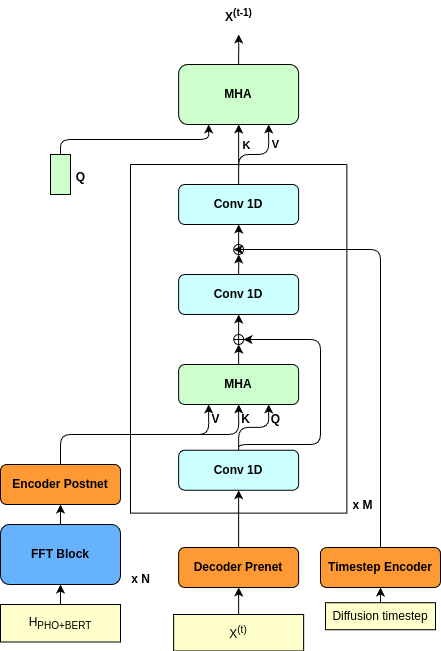
This is docs/doc/diagrams/nondeterministic.drawio.png from WiktorProsowicz/ddpm-gst-speech-synthesis, a draw.io export, as it was before one commit. Source tidied: cells renumbered, new cells last; positions are measured from the earlier drawing's top-left corner, leaving out a move shared by most shapes.
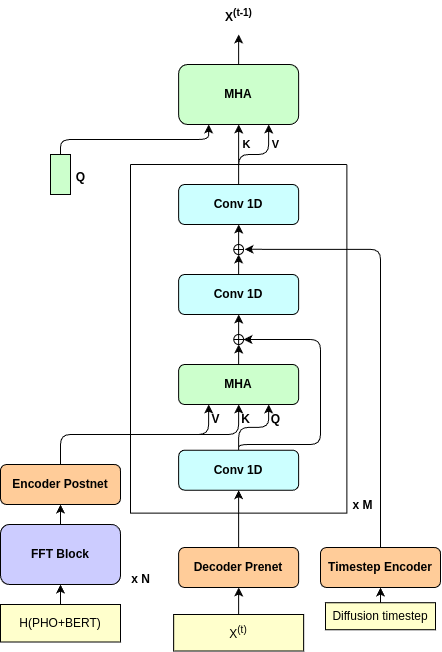
The same file after the commit.

The edit, as a diff of the source:
```diff
@@ -5,7 +5,7 @@
     <mxCell id="2" style="edgeStyle=none;html=1;exitX=0.5;exitY=0;exitDx=0;exitDy=0;entryX=0.5;entryY=1;entryDx=0;entryDy=0;" parent="1" edge="1" source="3" target="8">
       <mxGeometry relative="1" as="geometry" />
     </mxCell>
-    <mxCell id="3" value="&lt;span style=&quot;color: rgb(0, 0, 0);&quot;&gt;H&lt;/span&gt;&lt;sub&gt;PHO+BERT&lt;/sub&gt;" style="rounded=0;whiteSpace=wrap;html=1;fillColor=#FFFFCC;" parent="1" vertex="1">
+    <mxCell id="3" value="&lt;span style=&quot;color: rgb(0, 0, 0);&quot;&gt;H(PHO+BERT)&lt;/span&gt;" style="rounded=0;whiteSpace=wrap;html=1;fillColor=#FFFFCC;" parent="1" vertex="1">
       <mxGeometry y="604" width="120" height="37.5" as="geometry" />
     </mxCell>
     <mxCell id="4" style="edgeStyle=orthogonalEdgeStyle;html=1;exitX=0.5;exitY=0;exitDx=0;exitDy=0;entryX=0.5;entryY=1;entryDx=0;entryDy=0;" parent="1" edge="1" source="6" target="23">
@@ -14,13 +14,13 @@
     <mxCell id="5" style="edgeStyle=orthogonalEdgeStyle;html=1;exitX=0.5;exitY=0;exitDx=0;exitDy=0;entryX=0.25;entryY=1;entryDx=0;entryDy=0;" parent="1" edge="1" source="6" target="23">
       <mxGeometry relative="1" as="geometry" />
     </mxCell>
-    <mxCell id="6" value="&lt;b&gt;Encoder Postnet&lt;/b&gt;" style="rounded=1;whiteSpace=wrap;html=1;fillColor=#FF9933;" parent="1" vertex="1">
+    <mxCell id="6" value="&lt;b&gt;Encoder Postnet&lt;/b&gt;" style="rounded=1;whiteSpace=wrap;html=1;fillColor=#FFCC99;" parent="1" vertex="1">
       <mxGeometry y="464" width="120" height="40" as="geometry" />
     </mxCell>
     <mxCell id="7" style="group;" parent="1" vertex="1">
       <mxGeometry y="524" width="160" height="70" as="geometry" />
     </mxCell>
-    <mxCell id="8" value="&lt;b&gt;FFT Block&lt;/b&gt;" style="rounded=1;whiteSpace=wrap;html=1;fillColor=#66B2FF;" parent="7" vertex="1">
+    <mxCell id="8" value="&lt;b&gt;FFT Block&lt;/b&gt;" style="rounded=1;whiteSpace=wrap;html=1;fillColor=#CCCCFF;" parent="7" vertex="1">
       <mxGeometry width="120" height="60" as="geometry" />
     </mxCell>
     <mxCell id="9" value="&lt;b&gt;x N&lt;/b&gt;" style="text;html=1;align=center;verticalAlign=middle;strokeColor=none;fillColor=none;" parent="7" vertex="1">
@@ -41,13 +41,13 @@
     <mxCell id="14" value="X&lt;sup&gt;(t)&lt;/sup&gt;" style="rounded=0;whiteSpace=wrap;html=1;fillColor=#FFFFCC;" parent="1" vertex="1">
       <mxGeometry x="173.2" y="614" width="130" height="36.5" as="geometry" />
     </mxCell>
-    <mxCell id="15" value="&lt;b&gt;Timestep Encoder&lt;/b&gt;" style="rounded=1;whiteSpace=wrap;html=1;fillColor=#FF9933;" parent="1" vertex="1">
+    <mxCell id="15" value="&lt;b&gt;Timestep Encoder&lt;/b&gt;" style="rounded=1;whiteSpace=wrap;html=1;fillColor=#FFCC99;" parent="1" vertex="1">
       <mxGeometry x="320" y="547" width="120" height="40" as="geometry" />
     </mxCell>
     <mxCell id="16" style="edgeStyle=orthogonalEdgeStyle;html=1;exitX=0.5;exitY=0;exitDx=0;exitDy=0;entryX=0.5;entryY=1;entryDx=0;entryDy=0;" parent="1" edge="1" source="17" target="22">
       <mxGeometry relative="1" as="geometry" />
     </mxCell>
-    <mxCell id="17" value="&lt;b&gt;Decoder Prenet&lt;/b&gt;" style="rounded=1;whiteSpace=wrap;html=1;fillColor=#FF9933;" parent="1" vertex="1">
+    <mxCell id="17" value="&lt;b&gt;Decoder Prenet&lt;/b&gt;" style="rounded=1;whiteSpace=wrap;html=1;fillColor=#FFCC99;" parent="1" vertex="1">
       <mxGeometry x="178.2" y="547" width="120" height="40" as="geometry" />
     </mxCell>
     <mxCell id="18" style="group;" parent="1" vertex="1">
@@ -110,7 +110,7 @@
     <mxCell id="35" value="&lt;b&gt;x M&lt;/b&gt;" style="text;html=1;align=center;verticalAlign=middle;strokeColor=none;fillColor=none;" parent="18" vertex="1">
       <mxGeometry x="211.7" y="205.7" width="40" height="30" as="geometry" />
     </mxCell>
-    <mxCell id="36" style="edgeStyle=orthogonalEdgeStyle;html=1;exitX=0.5;exitY=0;exitDx=0;exitDy=0;entryX=0;entryY=0.5;entryDx=0;entryDy=0;entryPerimeter=0;" parent="1" edge="1" source="15" target="33">
+    <mxCell id="36" style="edgeStyle=orthogonalEdgeStyle;html=1;exitX=0.5;exitY=0;exitDx=0;exitDy=0;entryX=1.11;entryY=0.481;entryDx=0;entryDy=0;entryPerimeter=0;" parent="1" edge="1" source="15" target="33">
       <mxGeometry relative="1" as="geometry">
         <Array as="points">
           <mxPoint x="380" y="249" />
```
